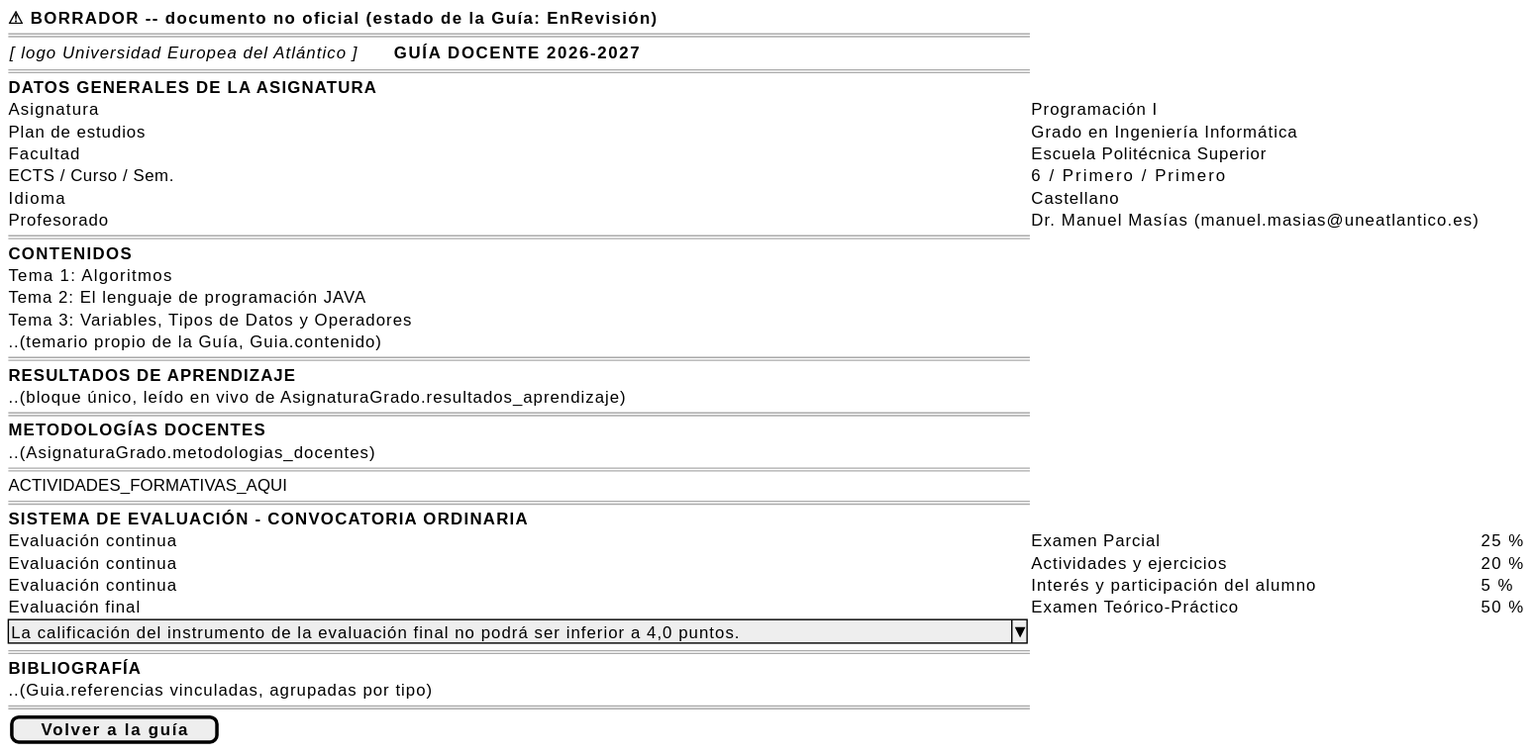
mmasias/pyCeldaPublico keeps this PlantUML diagram as images/RUP/01-requisitos/03-detalle-casos-uso/previsualizarGuia/wireframe-borrador.svg. Above is the earlier version.
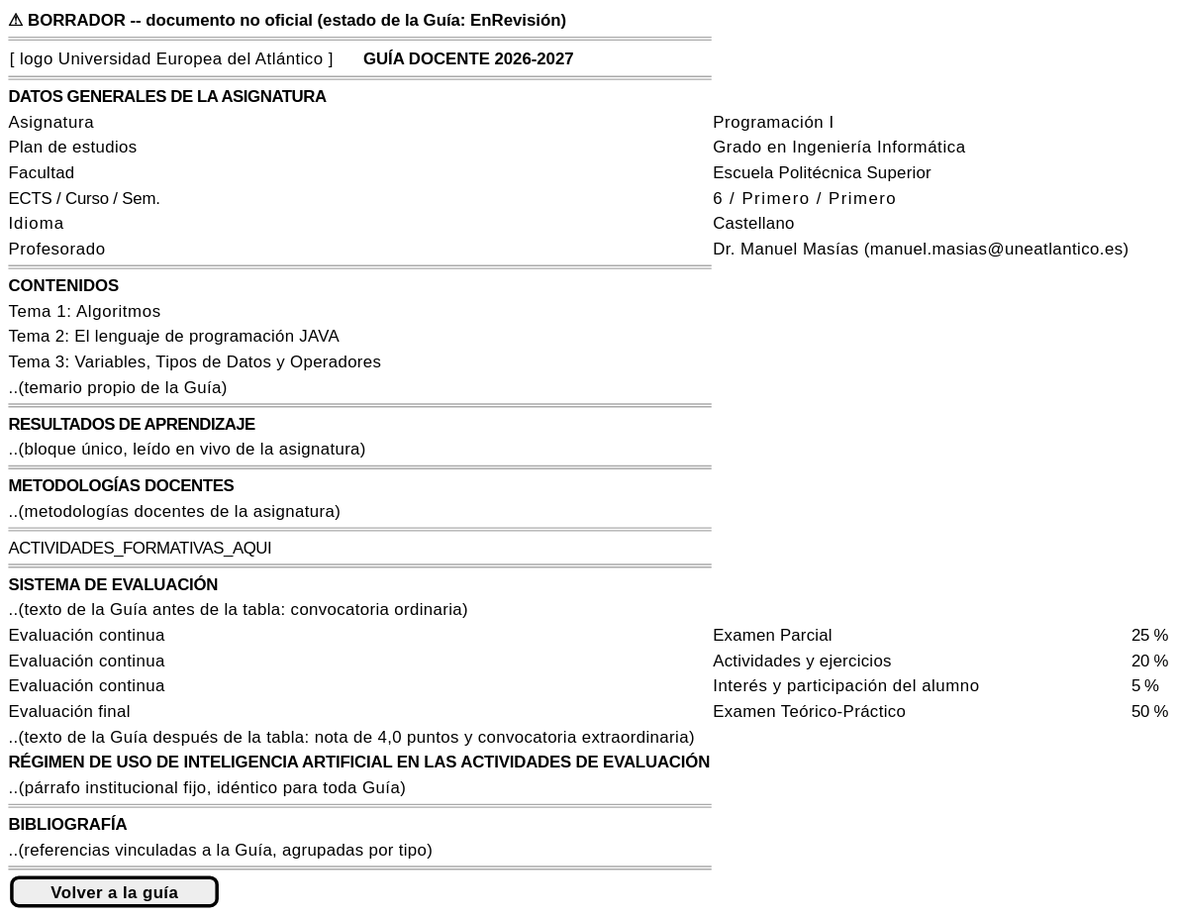
After the commit.

What changed in the source:
```diff
@@ -3,7 +3,7 @@
     <b>&#9888; BORRADOR -- documento no oficial (estado de la Guía: EnRevisión)</b>
     ====
     {
-        <i>[ logo Universidad Europea del Atlántico ]</i>       <b>GUÍA DOCENTE 2026-2027</b>
+        [ logo Universidad Europea del Atlántico ]       <b>GUÍA DOCENTE 2026-2027</b>
     }
     ====
     <b>DATOS GENERALES DE LA ASIGNATURA</b>
@@ -18,25 +18,28 @@
     Tema 1: Algoritmos
     Tema 2: El lenguaje de programación JAVA
     Tema 3: Variables, Tipos de Datos y Operadores
-    ..(temario propio de la Guía, Guia.contenido)
+    ..(temario propio de la Guía)
     ====
     <b>RESULTADOS DE APRENDIZAJE</b>
-    ..(bloque único, leído en vivo de AsignaturaGrado.resultados_aprendizaje)
+    ..(bloque único, leído en vivo de la asignatura)
     ====
     <b>METODOLOGÍAS DOCENTES</b>
-    ..(AsignaturaGrado.metodologias_docentes)
+    ..(metodologías docentes de la asignatura)
     ====
     ACTIVIDADES_FORMATIVAS_AQUI
     ====
-    <b>SISTEMA DE EVALUACIÓN - CONVOCATORIA ORDINARIA</b>
+    <b>SISTEMA DE EVALUACIÓN</b>
+    ..(texto de la Guía antes de la tabla: convocatoria ordinaria)
     Evaluación continua | Examen Parcial                                   | 25 %
     Evaluación continua | Actividades y ejercicios                         | 20 %
     Evaluación continua | Interés y participación del alumno               |  5 %
     Evaluación final    | Examen Teórico-Práctico                          | 50 %
-    ^La calificación del instrumento de la evaluación final no podrá ser inferior a 4,0 puntos.^
+    ..(texto de la Guía después de la tabla: nota de 4,0 puntos y convocatoria extraordinaria)
+    <b>RÉGIMEN DE USO DE INTELIGENCIA ARTIFICIAL EN LAS ACTIVIDADES DE EVALUACIÓN</b>
+    ..(párrafo institucional fijo, idéntico para toda Guía)
     ====
     <b>BIBLIOGRAFÍA</b>
-    ..(Guia.referencias vinculadas, agrupadas por tipo)
+    ..(referencias vinculadas a la Guía, agrupadas por tipo)
     ====
     [ <b>Volver a la guía</b> ]
 }
```
